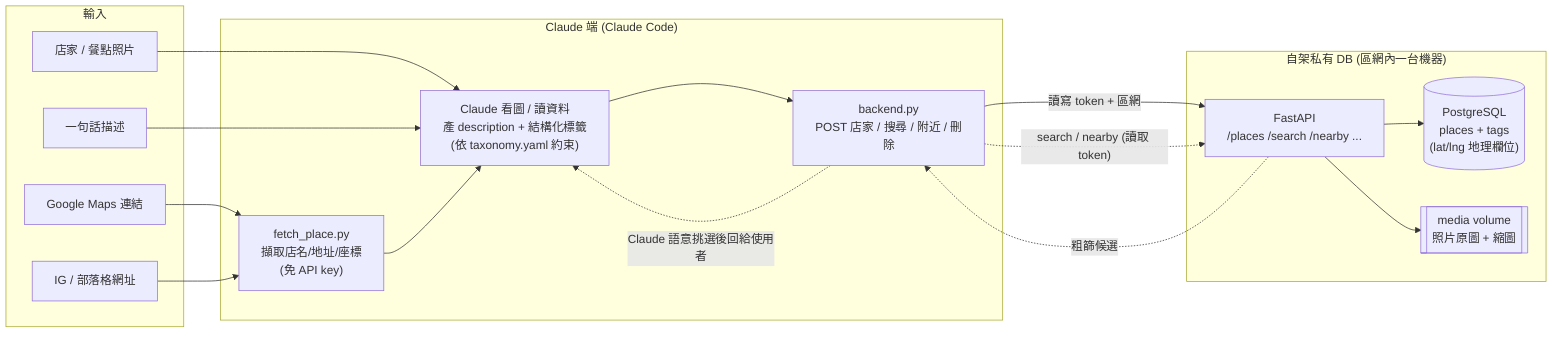
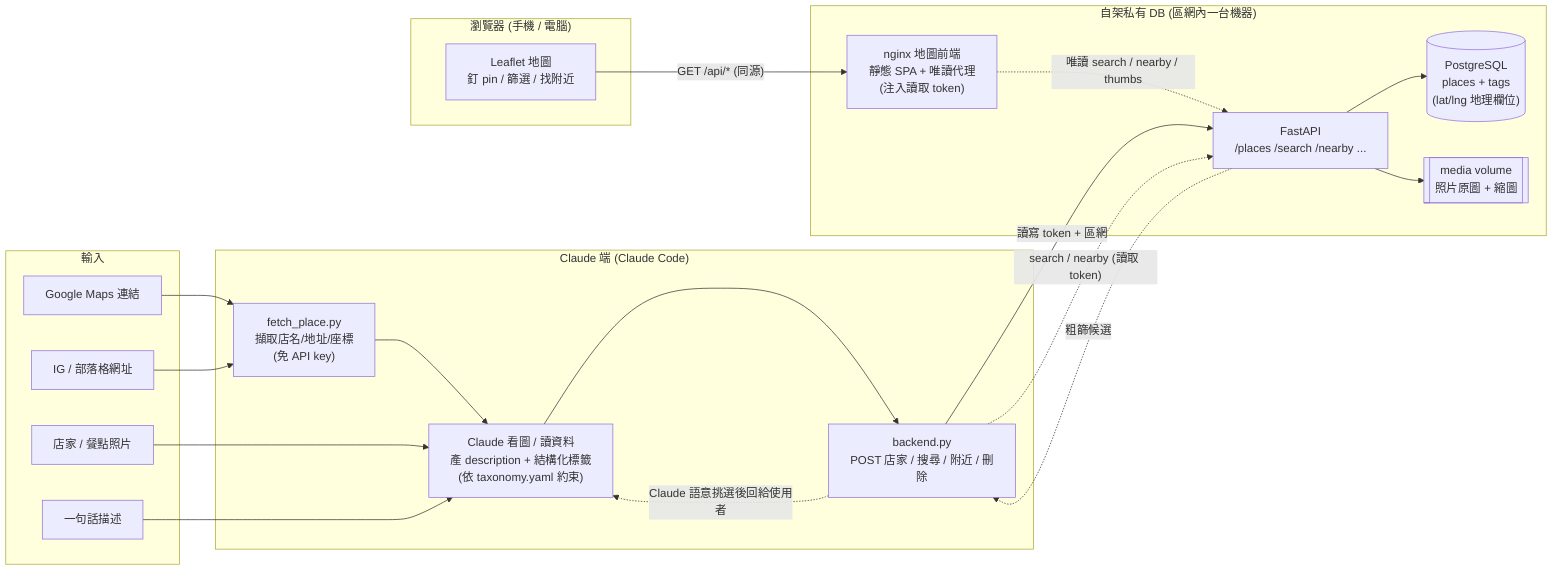
flowchart LR
    subgraph in["輸入"]
        U1["Google Maps 連結"]
        U2["IG / 部落格網址"]
        U3["店家 / 餐點照片"]
        U4["一句話描述"]
    end

    subgraph claude["Claude 端 (Claude Code)"]
        F["fetch_place.py\n擷取店名/地址/座標\n(免 API key)"]
        C["Claude 看圖 / 讀資料\n產 description + 結構化標籤\n(依 taxonomy.yaml 約束)"]
        B["backend.py\nPOST 店家 / 搜尋 / 附近 / 刪除"]
    end

    subgraph server["自架私有 DB (區網內一台機器)"]
        API["FastAPI\n/places /search /nearby ..."]
        PG[("PostgreSQL\nplaces + tags\n(lat/lng 地理欄位)")]
        MEDIA[["media volume\n照片原圖 + 縮圖"]]
+         WEB["nginx 地圖前端\n靜態 SPA + 唯讀代理\n(注入讀取 token)"]
+     end
+ 
+     subgraph browser["瀏覽器 (手機 / 電腦)"]
+         MAP["Leaflet 地圖\n釘 pin / 篩選 / 找附近"]
    end

    U1 --> F
    U2 --> F
    U3 --> C
    U4 --> C
    F --> C
    C --> B
    B -->|"讀寫 token + 區網"| API
    API --> PG
    API --> MEDIA

    B -.->|"search / nearby (讀取 token)"| API
    API -.->|"粗篩候選"| B
    B -.->|"Claude 語意挑選後回給使用者"| C
+ 
+     MAP -->|"GET /api/* (同源)"| WEB
+     WEB -.->|"唯讀 search / nearby / thumbs"| API
